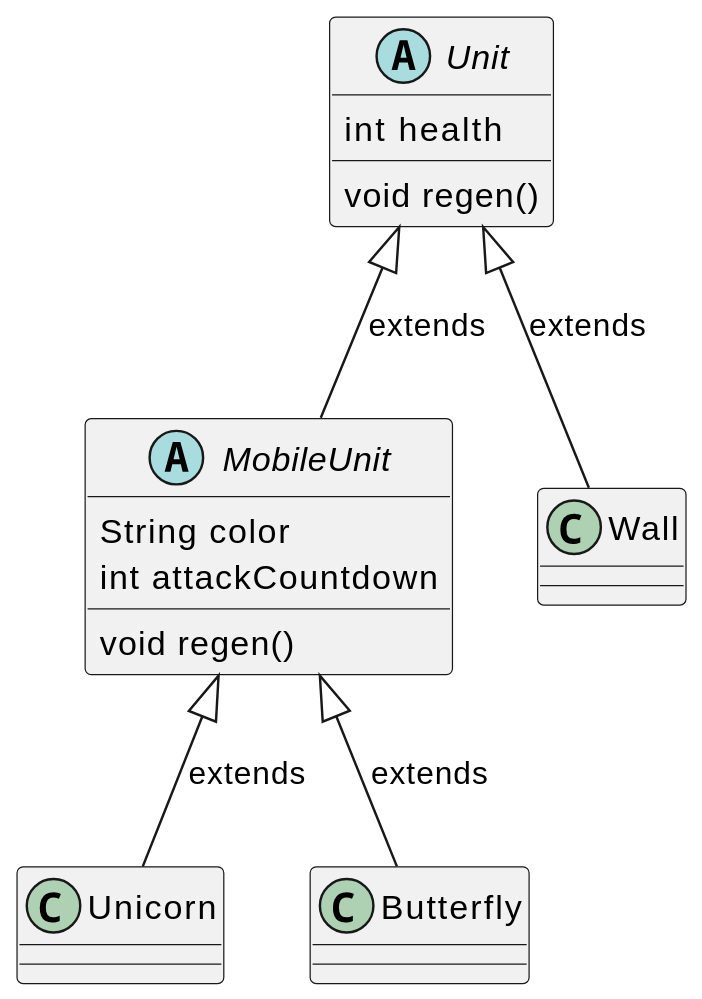
Before: img/diagrams/plantuml/method_inherit_simple.svg, a diagram exported from PlantUML (unibz-oofp-25-26/unibz-oofp-25-26.github.io).
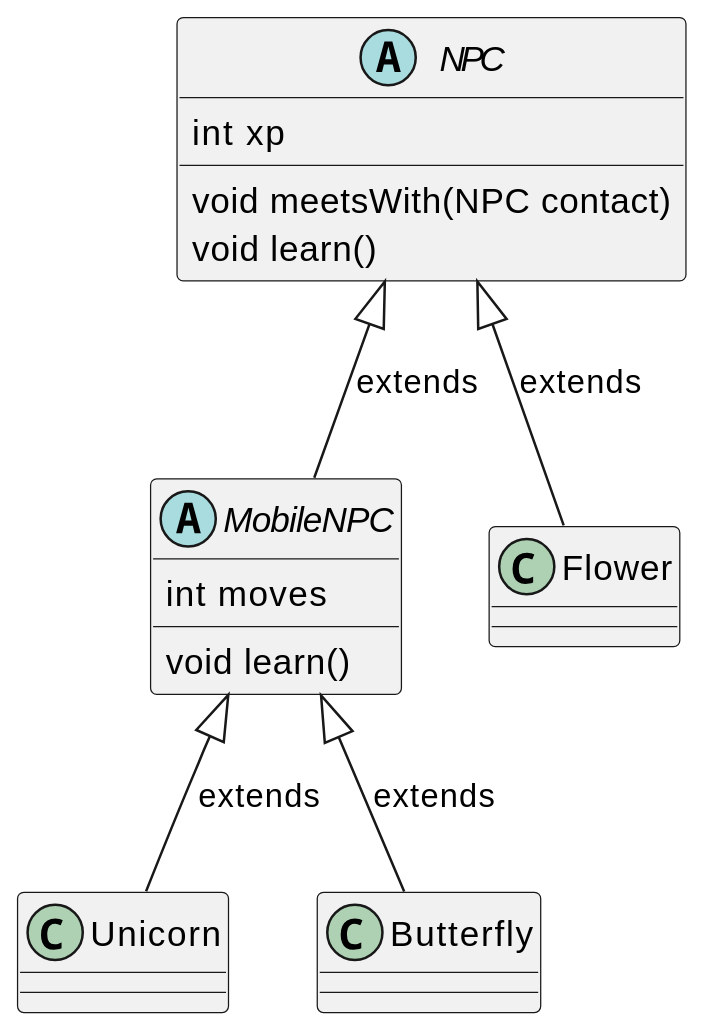
The same file after the commit.

Diff of the diagram source:
```diff
@@ -1,18 +1,18 @@
 @startuml
 scale 500 width
 
-abstract class Unit {
- int health
- void regen()
+abstract class NPC {
+ int xp
+ void meetsWith(NPC contact)
+ void learn()
 }
 
-abstract class MobileUnit {
- String color
- int attackCountdown
- void regen()
+abstract class MobileNPC {
+ int moves
+ void learn()
 }
 
-class Wall {
+class Flower {
 }
 
 class Unicorn {
@@ -21,8 +21,8 @@
 class Butterfly {
 }
 
-Unit <|-- MobileUnit : extends
-Unit <|-- Wall : extends
-MobileUnit <|-- Unicorn : extends
-MobileUnit <|-- Butterfly : extends
+NPC <|-- MobileNPC : extends
+NPC <|-- Flower : extends
+MobileNPC <|-- Unicorn : extends
+MobileNPC <|-- Butterfly : extends
 @enduml
```
